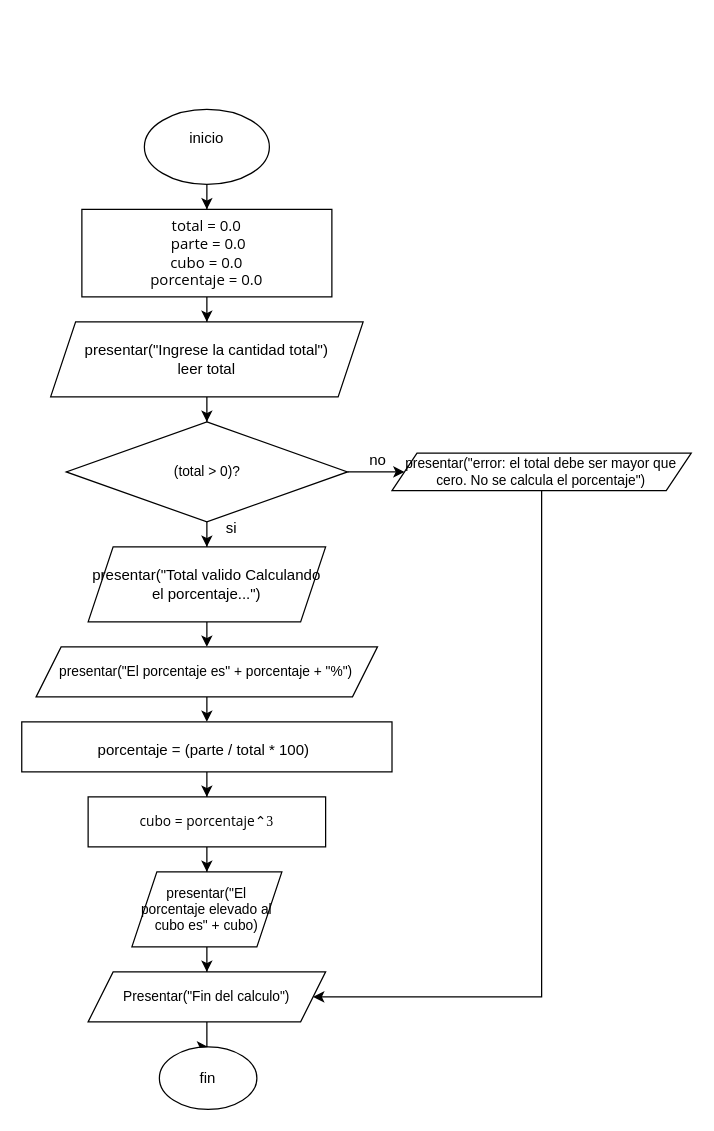
Earlier version of the draw.io diagram draw.io/ej25nuevo.drawio (Damian-leon/primero2026-2027). Source tidied: cells renumbered, new cells numbered last; positions are measured from the earlier drawing's top-left corner, leaving out a move shared by most shapes. Both pictures are drawn from the tidied source at 125%, with x=0, y=0 at pixel (21, 109).
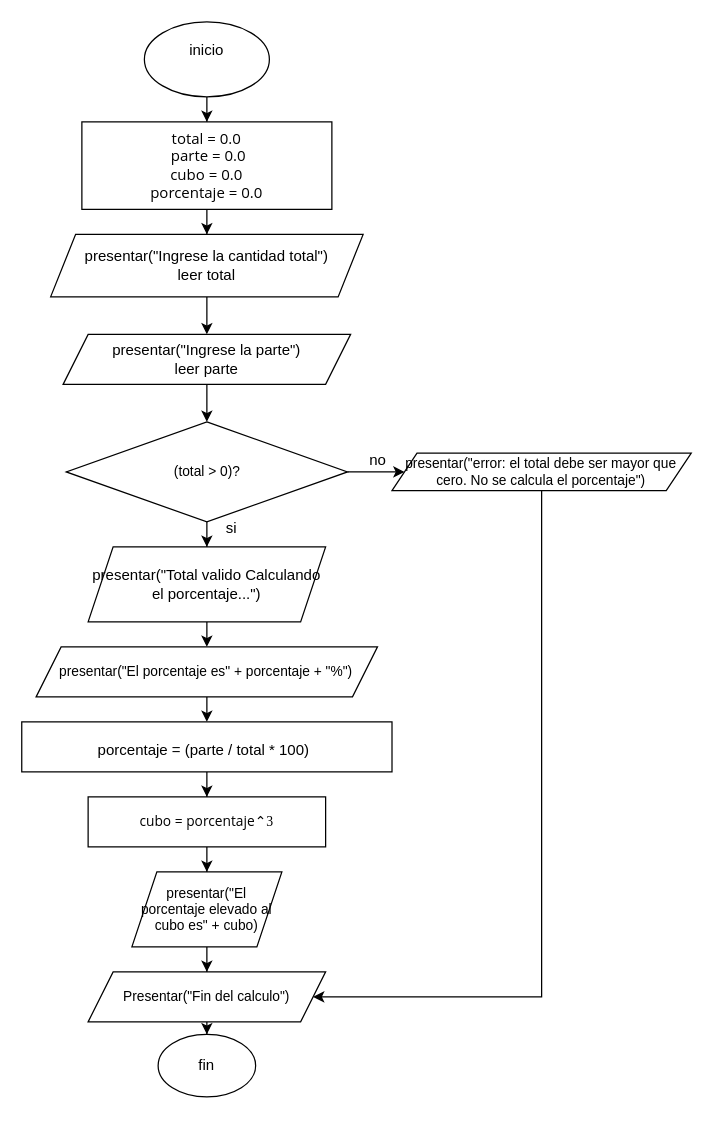
The same diagram, later.

Unchanged cells that the change refers to:
```xml
<mxCell id="10" value="&lt;span style=&quot;background-color: transparent; color: light-dark(#000000, var(--ge-light-color, #ffffff));&quot;&gt;&lt;font style=&quot;&quot; face=&quot;Helvetica&quot;&gt;(total &amp;gt; 0)?&lt;/font&gt;&lt;/span&gt;" style="rhombus;whiteSpace=wrap;html=1;shapeInside=1;fontSize=11;" parent="1" vertex="1">
  <mxGeometry x="35.5" y="250" width="225" height="80" as="geometry" />
</mxCell>
```

The edit, as a diff of the source:
```diff
@@
     <mxCell id="3" value="inicio&lt;div&gt;&lt;br&gt;&lt;/div&gt;" style="ellipse;whiteSpace=wrap;html=1;shapeInside=1;" parent="1" vertex="1">
-      <mxGeometry x="98" width="100" height="60" as="geometry" />
+      <mxGeometry x="98" y="-70" width="100" height="60" as="geometry" />
     </mxCell>
@@
     <mxCell id="5" value="&lt;span lang=&quot;es-419&quot; style=&quot;font-family: &amp;quot;Segoe UI&amp;quot;, sans-serif;&quot;&gt;&lt;font&gt;total = 0.0&lt;/font&gt;&lt;/span&gt;&lt;div&gt;&lt;span lang=&quot;es-419&quot; style=&quot;font-family: &amp;quot;Segoe UI&amp;quot;, sans-serif;&quot;&gt;&lt;font&gt;&amp;nbsp;parte = 0.0&lt;br&gt;cubo = 0.0&lt;br&gt;porcentaje = 0.0&lt;/font&gt;&lt;/span&gt;&lt;/div&gt;" style="whiteSpace=wrap;html=1;" parent="1" vertex="1">
-      <mxGeometry x="48" y="80" width="200" height="70" as="geometry" />
+      <mxGeometry x="48" y="10" width="200" height="70" as="geometry" />
     </mxCell>
-    <mxCell id="6" style="edgeStyle=orthogonalEdgeStyle;rounded=0;jettySize=auto;html=1;defaultLabelBackgroundColor=page;" parent="1" edge="1" source="7" target="10">
-      <mxGeometry relative="1" as="geometry" />
-    </mxCell>
+    <mxCell id="28" style="edgeStyle=orthogonalEdgeStyle;rounded=0;jettySize=auto;html=1;defaultLabelBackgroundColor=page;" parent="1" edge="1" source="7" target="30">
+      <mxGeometry relative="1" as="geometry" />
+    </mxCell>
     <mxCell id="7" value="presentar(&quot;Ingrese la cantidad total&quot;)&lt;br&gt;leer total" style="shape=parallelogram;perimeter=parallelogramPerimeter;whiteSpace=wrap;html=1;shapeInside=1;fixedSize=1;" parent="1" vertex="1">
-      <mxGeometry x="23" y="170" width="250" height="60" as="geometry" />
+      <mxGeometry x="23" y="100" width="250" height="50" as="geometry" />
     </mxCell>
@@
     <mxCell id="27" value="fin" style="ellipse;whiteSpace=wrap;html=1;shapeInside=1;" parent="1" vertex="1">
-      <mxGeometry x="110" y="750" width="78" height="50" as="geometry" />
+      <mxGeometry x="109" y="740" width="78" height="50" as="geometry" />
     </mxCell>
+    <mxCell id="29" style="edgeStyle=orthogonalEdgeStyle;rounded=0;jettySize=auto;html=1;entryX=0.5;entryY=0;entryDx=0;entryDy=0;defaultLabelBackgroundColor=page;" parent="1" edge="1" source="30" target="10">
+      <mxGeometry relative="1" as="geometry" />
+    </mxCell>
+    <mxCell id="30" value="&lt;div&gt;presentar(&quot;Ingrese la parte&quot;)&lt;br&gt;leer parte&lt;/div&gt;" style="shape=parallelogram;perimeter=parallelogramPerimeter;whiteSpace=wrap;html=1;shapeInside=1;fixedSize=1;" parent="1" vertex="1">
+      <mxGeometry x="33" y="180" width="230" height="40" as="geometry" />
+    </mxCell>
```
